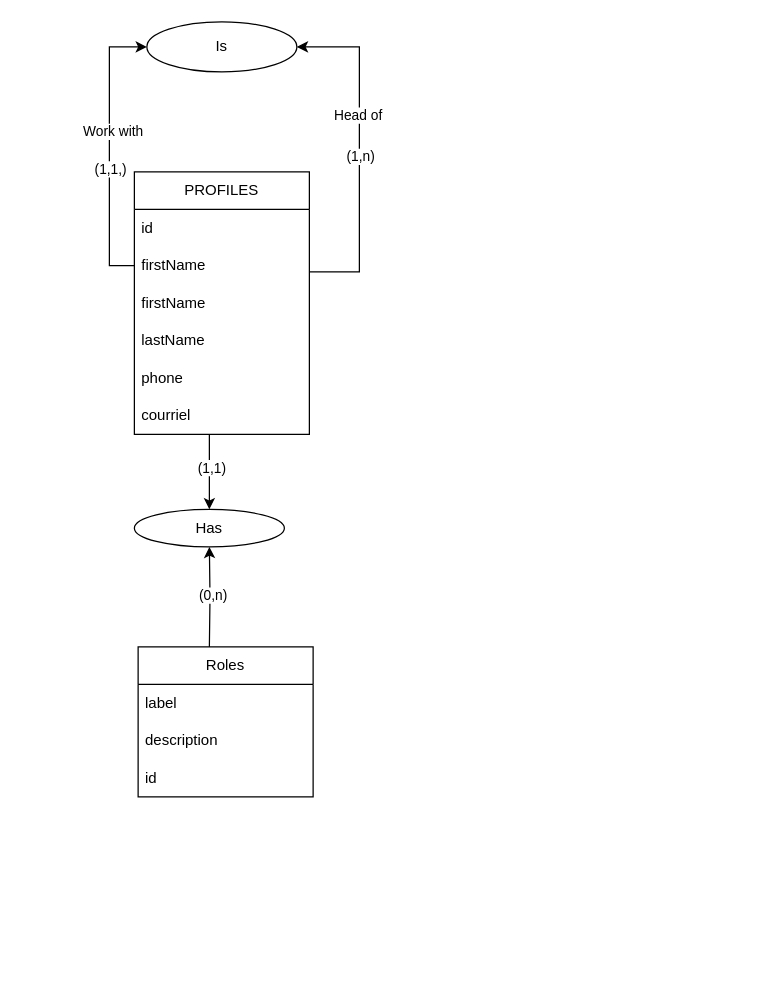
Before: gestion-commerciale.drawio in LorinceTawamba/gestion-commerciale, a draw.io diagram. Source tidied: cells renumbered, new cells numbered last; positions are measured from the earlier drawing's top-left corner, leaving out a move shared by most shapes. Both pictures are drawn from the tidied source at 125%, with x=0, y=0 at pixel (109, 21).
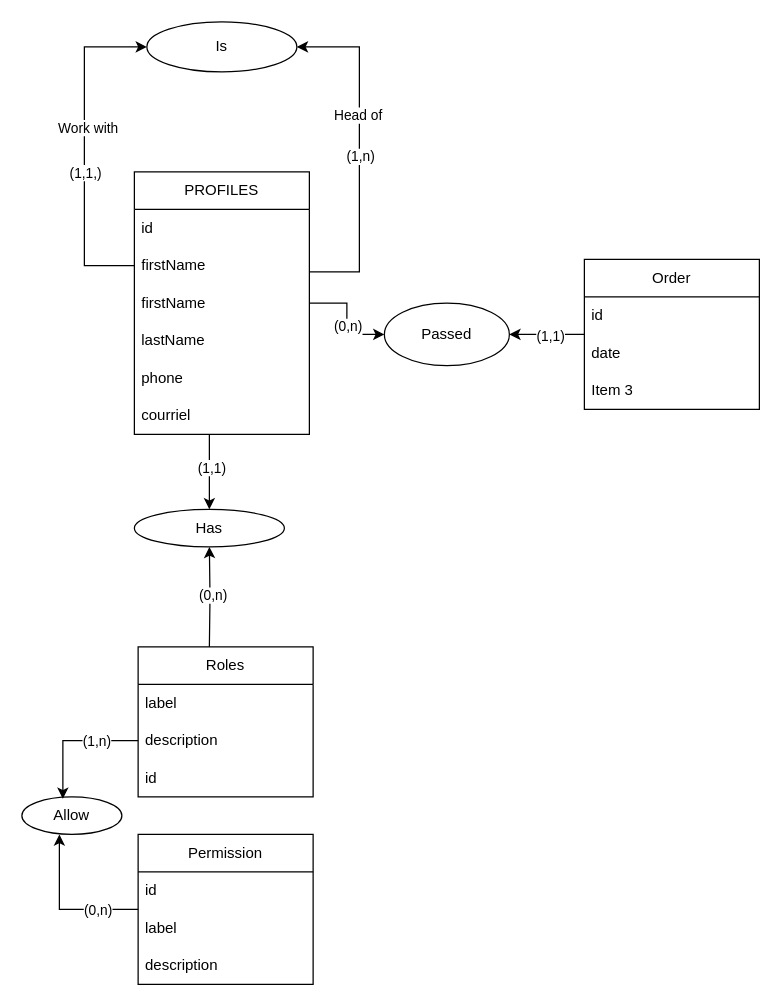
Above is the later version.

Commit message:
Mettre à jour gestion-commerciale.drawio

The change refers to these unchanged cells:
```xml
<mxCell id="7" value="PROFILES" style="swimlane;fontStyle=0;horizontal=1;startSize=30;whiteSpace=wrap;html=1;" parent="1" vertex="1">
  <mxGeometry x="20" y="120" width="140" height="210" as="geometry" />
</mxCell>
<mxCell id="9" value="firstName" style="text;strokeColor=none;fillColor=none;align=left;verticalAlign=middle;spacingLeft=4;spacingRight=4;overflow=hidden;points=[[0,0.5],[1,0.5]];portConstraint=eastwest;whiteSpace=wrap;html=1;" parent="7" vertex="1">
  <mxGeometry y="60" width="140" height="30" as="geometry" />
</mxCell>
<mxCell id="14" value="Is" style="ellipse;whiteSpace=wrap;html=1;" parent="1" vertex="1">
  <mxGeometry x="30" width="120" height="40" as="geometry" />
</mxCell>
<mxCell id="22" value="description" style="text;strokeColor=none;fillColor=none;align=left;verticalAlign=middle;spacingLeft=4;spacingRight=4;overflow=hidden;points=[[0,0.5],[1,0.5]];portConstraint=eastwest;whiteSpace=wrap;html=1;" parent="20" vertex="1">
  <mxGeometry y="60" width="140" height="30" as="geometry" />
</mxCell>
```

Change to the diagram source:
```diff
@@
+    <mxCell id="25" style="edgeStyle=orthogonalEdgeStyle;rounded=0;jettySize=auto;html=1;entryX=0;entryY=0.5;entryDx=0;entryDy=0;" parent="1" edge="1" source="7" target="42">
+      <mxGeometry relative="1" as="geometry" />
+    </mxCell>
+    <mxCell id="26" value="(0,n)" style="edgeLabel;html=1;align=center;verticalAlign=middle;" parent="25" vertex="1">
+      <mxGeometry x="0.12" relative="1" as="geometry" />
+    </mxCell>
@@
     <mxCell id="15" style="edgeStyle=orthogonalEdgeStyle;rounded=0;jettySize=auto;html=1;" parent="1" edge="1" source="9" target="14">
       <mxGeometry relative="1" as="geometry">
         <Array as="points">
-          <mxPoint y="195" />
-          <mxPoint y="20" />
+          <mxPoint x="-20" y="195" />
+          <mxPoint x="-20" y="20" />
         </Array>
       </mxGeometry>
     </mxCell>
@@
+    <mxCell id="27" style="edgeStyle=orthogonalEdgeStyle;rounded=0;jettySize=auto;html=1;entryX=0.375;entryY=1;entryDx=0;entryDy=0;entryPerimeter=0;" parent="1" edge="1" source="29" target="33">
+      <mxGeometry relative="1" as="geometry">
+        <Array as="points">
+          <mxPoint x="-40" y="710" />
+        </Array>
+      </mxGeometry>
+    </mxCell>
+    <mxCell id="28" value="(0,n)" style="edgeLabel;html=1;align=center;verticalAlign=middle;" parent="27" vertex="1">
+      <mxGeometry x="-0.46" relative="1" as="geometry" />
+    </mxCell>
+    <mxCell id="29" value="Permission" style="swimlane;fontStyle=0;horizontal=1;startSize=30;whiteSpace=wrap;html=1;" parent="1" vertex="1">
+      <mxGeometry x="23" y="650" width="140" height="120" as="geometry" />
+    </mxCell>
+    <mxCell id="30" value="id" style="text;strokeColor=none;fillColor=none;align=left;verticalAlign=middle;spacingLeft=4;spacingRight=4;overflow=hidden;whiteSpace=wrap;html=1;" parent="29" vertex="1">
+      <mxGeometry y="30" width="140" height="30" as="geometry" />
+    </mxCell>
+    <mxCell id="31" value="label" style="text;strokeColor=none;fillColor=none;align=left;verticalAlign=middle;spacingLeft=4;spacingRight=4;overflow=hidden;whiteSpace=wrap;html=1;" parent="29" vertex="1">
+      <mxGeometry y="60" width="140" height="30" as="geometry" />
+    </mxCell>
+    <mxCell id="32" value="description" style="text;strokeColor=none;fillColor=none;align=left;verticalAlign=middle;spacingLeft=4;spacingRight=4;overflow=hidden;whiteSpace=wrap;html=1;" parent="29" vertex="1">
+      <mxGeometry y="90" width="140" height="30" as="geometry" />
+    </mxCell>
+    <mxCell id="33" value="Allow" style="ellipse;whiteSpace=wrap;html=1;" parent="1" vertex="1">
+      <mxGeometry x="-70" y="620" width="80" height="30" as="geometry" />
+    </mxCell>
+    <mxCell id="34" style="edgeStyle=orthogonalEdgeStyle;rounded=0;jettySize=auto;html=1;entryX=0.41;entryY=0.053;entryDx=0;entryDy=0;entryPerimeter=0;" parent="1" edge="1" source="22" target="33">
+      <mxGeometry relative="1" as="geometry" />
+    </mxCell>
+    <mxCell id="35" value="(1,n)" style="edgeLabel;html=1;align=center;verticalAlign=middle;" parent="34" vertex="1">
+      <mxGeometry x="-0.37" relative="1" as="geometry" />
+    </mxCell>
+    <mxCell id="36" style="edgeStyle=orthogonalEdgeStyle;rounded=0;jettySize=auto;html=1;entryX=1;entryY=0.5;entryDx=0;entryDy=0;" parent="1" edge="1" source="38" target="42">
+      <mxGeometry relative="1" as="geometry" />
+    </mxCell>
+    <mxCell id="37" value="(1,1)" style="edgeLabel;html=1;align=center;verticalAlign=middle;" parent="36" vertex="1">
+      <mxGeometry x="-0.08" y="1" relative="1" as="geometry" />
+    </mxCell>
+    <mxCell id="38" value="Order" style="swimlane;fontStyle=0;horizontal=1;startSize=30;whiteSpace=wrap;html=1;" parent="1" vertex="1">
+      <mxGeometry x="380" y="190" width="140" height="120" as="geometry" />
+    </mxCell>
+    <mxCell id="39" value="id" style="text;strokeColor=none;fillColor=none;align=left;verticalAlign=middle;spacingLeft=4;spacingRight=4;overflow=hidden;whiteSpace=wrap;html=1;" parent="38" vertex="1">
+      <mxGeometry y="30" width="140" height="30" as="geometry" />
+    </mxCell>
+    <mxCell id="40" value="date" style="text;strokeColor=none;fillColor=none;align=left;verticalAlign=middle;spacingLeft=4;spacingRight=4;overflow=hidden;whiteSpace=wrap;html=1;" parent="38" vertex="1">
+      <mxGeometry y="60" width="140" height="30" as="geometry" />
+    </mxCell>
+    <mxCell id="41" value="Item 3" style="text;strokeColor=none;fillColor=none;align=left;verticalAlign=middle;spacingLeft=4;spacingRight=4;overflow=hidden;whiteSpace=wrap;html=1;" parent="38" vertex="1">
+      <mxGeometry y="90" width="140" height="30" as="geometry" />
+    </mxCell>
+    <mxCell id="42" value="Passed" style="ellipse;whiteSpace=wrap;html=1;" parent="1" vertex="1">
+      <mxGeometry x="220" y="225" width="100" height="50" as="geometry" />
+    </mxCell>
```
